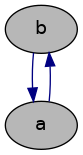
The Graphviz diagram lib/graphs/kernel_graph_colored.png in idaks/Games-and-Argumentation, before a commit. Its source is kept beside it as lib/graphs/kernel_graph_colored.dot.
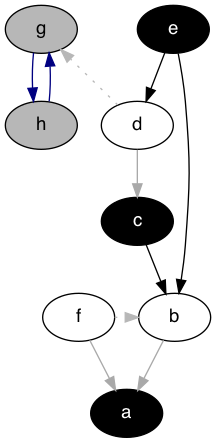
Above is the later version.

The edit, as a diff of the source:
```diff
@@ -1,11 +1,22 @@
 digraph G {
   rankdir="TB"
   node [shape=oval style=filled fontname=Helvetica fontsize=14]
-  node [fillcolor="#ffffff" fontcolor="#000000"]
-  node [fillcolor="#000000" fontcolor="#ffffff"]
-  node [fillcolor="#b7b7b7" fontcolor="#000000"] b a
+  node [fillcolor="#ffffff" fontcolor="#000000"] b f d
+  node [fillcolor="#000000" fontcolor="#ffffff"] a c e
+  node [fillcolor="#b7b7b7" fontcolor="#000000"] g h
+  edge [dir=forward color="#A9A9A9" style="solid"]
+        "b" -> "a"
+        "f" -> "a"
+        "d" -> "c"
+  edge [dir=forward color="#000000" style="solid"]
+        "c" -> "b"
+        "e" -> "b"
+        "e" -> "d"
   edge [dir=forward color="#000080" style="solid"]
-        "b" -> "a"
-        "a" -> "b"
+        "g" -> "h"
+        "h" -> "g"
+  edge [dir=forward color="#b7b7b7" style="dotted" constraint=false]
+        "f" -> "b"
+        "d" -> "g"
 
 }
```
